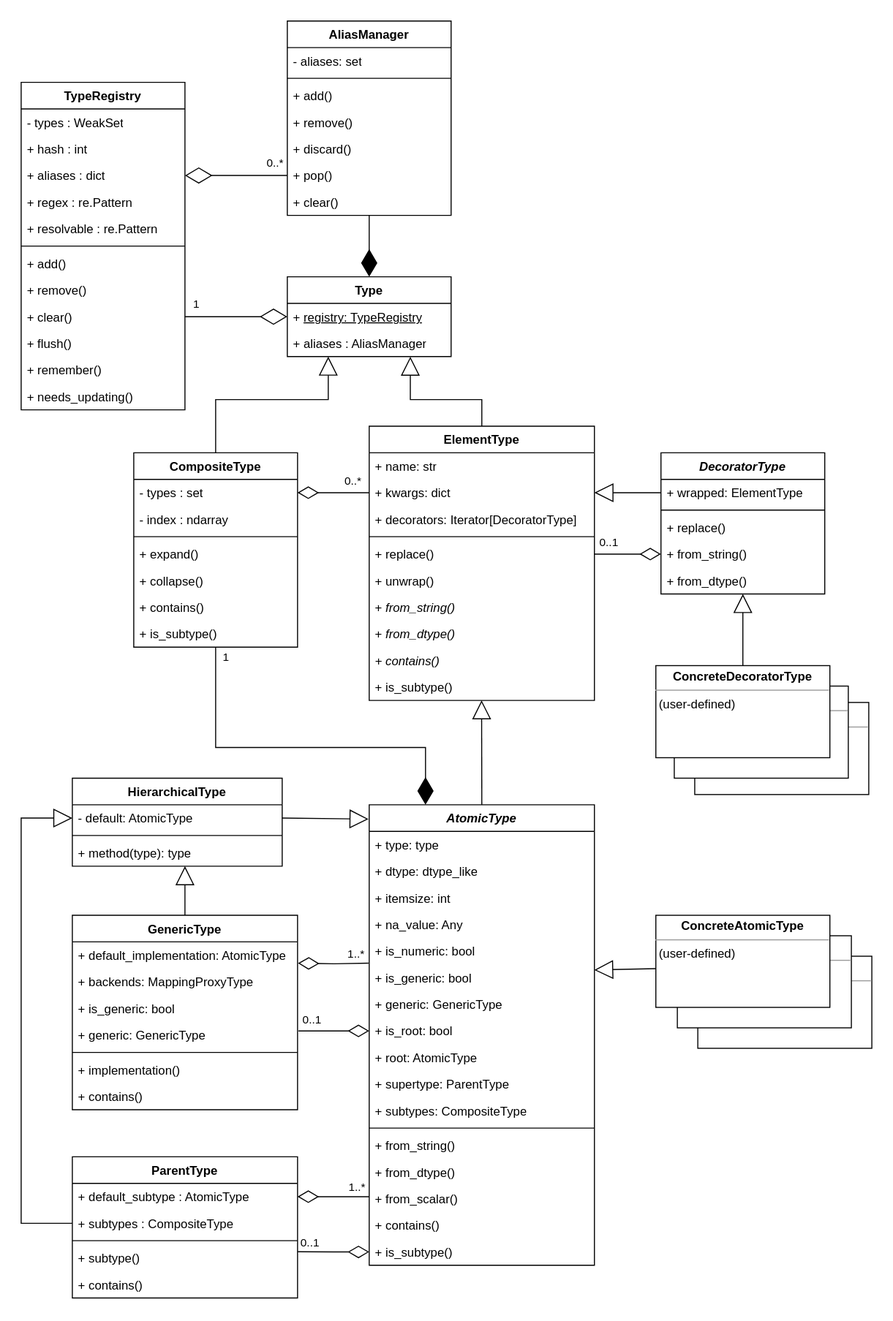
The draw.io diagram docs/source/images/types/Types_UML.svg in eerkela/bertrand, before a commit. Source tidied: cells renumbered, new cells last; positions are measured from the earlier drawing's top-left corner, leaving out a move shared by most shapes.
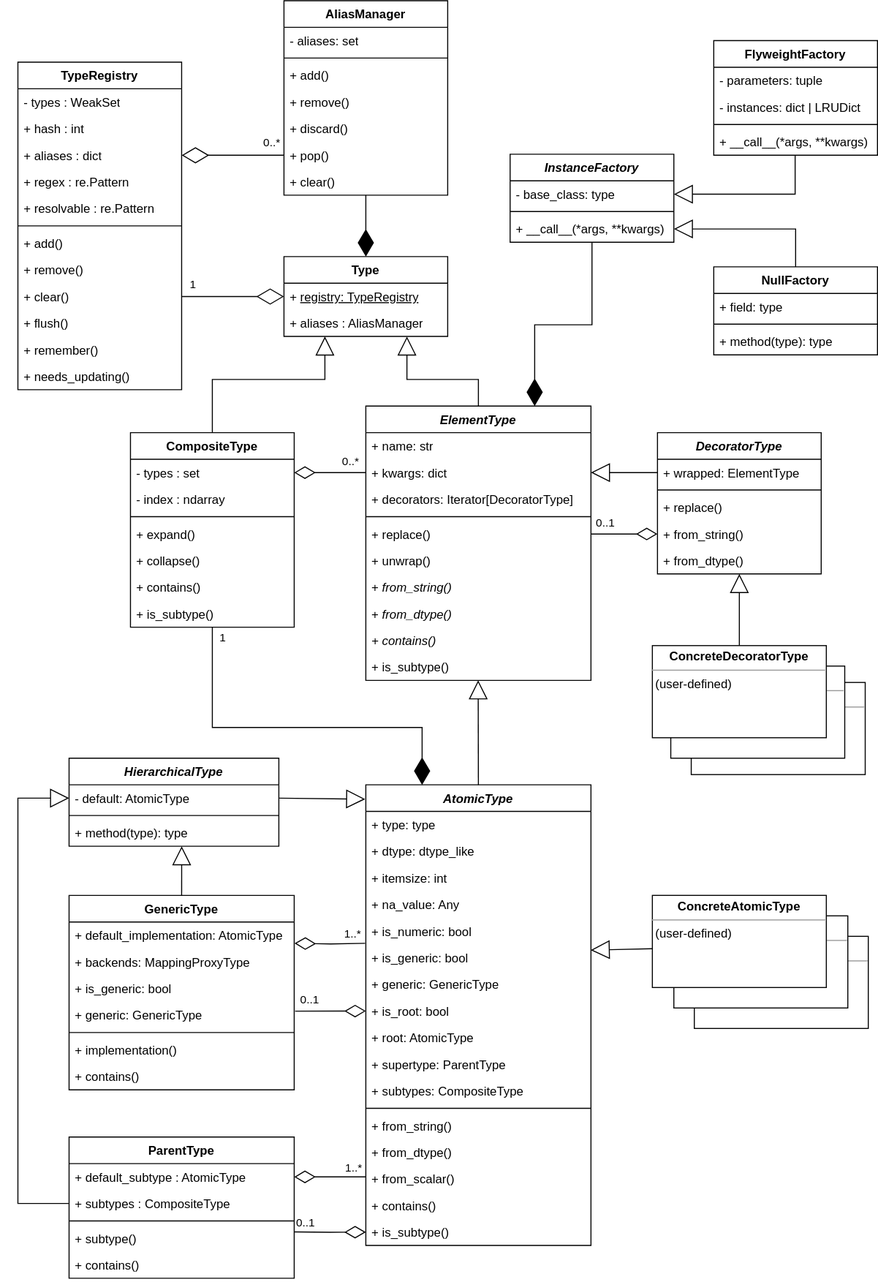
After the change.

Change to the diagram source:
```diff
@@ -2,9 +2,6 @@
   <root>
     <mxCell id="0" />
     <mxCell id="1" parent="0" />
-    <mxCell id="2" style="rounded=0;whiteSpace=wrap;html=1;strokeColor=none;" parent="1" vertex="1">
-      <mxGeometry width="870" height="1290" as="geometry" />
-    </mxCell>
     <mxCell id="3" value="&lt;p style=&quot;margin:0px;margin-top:4px;text-align:center;&quot;&gt;&lt;br&gt;&lt;/p&gt;&lt;hr size=&quot;1&quot;&gt;&lt;div style=&quot;height:2px;&quot;&gt;&lt;br&gt;&lt;/div&gt;" style="verticalAlign=top;align=left;overflow=fill;fontSize=12;fontFamily=Helvetica;html=1;whiteSpace=wrap;" parent="1" vertex="1">
       <mxGeometry x="678" y="686" width="170" height="90" as="geometry" />
     </mxCell>
@@ -26,7 +23,7 @@
     <mxCell id="9" value="+ aliases : AliasManager" style="text;strokeColor=none;fillColor=none;align=left;verticalAlign=top;spacingLeft=4;spacingRight=4;overflow=hidden;points=[[0,0.5],[1,0.5]];portConstraint=eastwest;whiteSpace=wrap;html=1;" parent="7" vertex="1">
       <mxGeometry y="52" width="160" height="26" as="geometry" />
     </mxCell>
-    <mxCell id="10" value="ElementType" style="swimlane;fontStyle=1;align=center;verticalAlign=top;horizontal=1;startSize=26;whiteSpace=wrap;html=1;swimlaneFillColor=none;gradientColor=none;" parent="1" vertex="1">
+    <mxCell id="10" value="&lt;i&gt;ElementType&lt;/i&gt;" style="swimlane;fontStyle=1;align=center;verticalAlign=top;horizontal=1;startSize=26;whiteSpace=wrap;html=1;swimlaneFillColor=none;gradientColor=none;" parent="1" vertex="1">
       <mxGeometry x="360" y="416" width="220" height="268" as="geometry" />
     </mxCell>
     <mxCell id="11" value="+ name: str" style="text;strokeColor=none;fillColor=none;align=left;verticalAlign=top;spacingLeft=4;spacingRight=4;overflow=hidden;whiteSpace=wrap;html=1;" parent="10" vertex="1">
@@ -352,7 +349,7 @@
     <mxCell id="109" style="endArrow=block;endSize=16;endFill=0;html=1;rounded=0;exitX=0;exitY=0.5;exitDx=0;exitDy=0;entryX=1;entryY=0.5;entryDx=0;entryDy=0;" parent="1" edge="1" source="23" target="12">
       <mxGeometry relative="1" as="geometry" />
     </mxCell>
-    <mxCell id="110" value="HierarchicalType" style="swimlane;fontStyle=1;align=center;verticalAlign=top;horizontal=1;startSize=26;whiteSpace=wrap;html=1;swimlaneFillColor=none;" parent="1" vertex="1">
+    <mxCell id="110" value="&lt;i&gt;HierarchicalType&lt;/i&gt;" style="swimlane;fontStyle=1;align=center;verticalAlign=top;horizontal=1;startSize=26;whiteSpace=wrap;html=1;swimlaneFillColor=none;" parent="1" vertex="1">
       <mxGeometry x="70" y="760" width="205" height="86" as="geometry" />
     </mxCell>
     <mxCell id="111" value="- default: AtomicType" style="text;strokeColor=none;fillColor=none;align=left;verticalAlign=top;spacingLeft=4;spacingRight=4;overflow=hidden;points=[[0,0.5],[1,0.5]];portConstraint=eastwest;whiteSpace=wrap;html=1;" parent="110" vertex="1">
@@ -374,5 +371,61 @@
         </Array>
       </mxGeometry>
     </mxCell>
+    <mxCell id="116" value="&lt;i&gt;InstanceFactory&lt;/i&gt;" style="swimlane;fontStyle=1;align=center;verticalAlign=top;horizontal=1;startSize=26;whiteSpace=wrap;html=1;" parent="1" vertex="1">
+      <mxGeometry x="501" y="170" width="160" height="86" as="geometry" />
+    </mxCell>
+    <mxCell id="117" value="- base_class: type" style="text;strokeColor=none;fillColor=none;align=left;verticalAlign=top;spacingLeft=4;spacingRight=4;overflow=hidden;points=[[0,0.5],[1,0.5]];portConstraint=eastwest;whiteSpace=wrap;html=1;" parent="116" vertex="1">
+      <mxGeometry y="26" width="160" height="26" as="geometry" />
+    </mxCell>
+    <mxCell id="118" style="line;strokeWidth=1;fillColor=none;align=left;verticalAlign=middle;spacingTop=-1;spacingLeft=3;spacingRight=3;labelPosition=right;strokeColor=inherit;" parent="116" vertex="1">
+      <mxGeometry y="52" width="160" height="8" as="geometry" />
+    </mxCell>
+    <mxCell id="119" value="+ __call__(*args, **kwargs)" style="text;strokeColor=none;fillColor=none;align=left;verticalAlign=top;spacingLeft=4;spacingRight=4;overflow=hidden;points=[[0,0.5],[1,0.5]];portConstraint=eastwest;whiteSpace=wrap;html=1;" parent="116" vertex="1">
+      <mxGeometry y="60" width="160" height="26" as="geometry" />
+    </mxCell>
+    <mxCell id="120" style="endArrow=diamondThin;endFill=1;endSize=24;html=1;rounded=0;entryX=0.75;entryY=0;entryDx=0;entryDy=0;edgeStyle=elbowEdgeStyle;elbow=vertical;" parent="1" edge="1" source="119" target="10">
+      <mxGeometry relative="1" as="geometry" />
+    </mxCell>
+    <mxCell id="121" value="FlyweightFactory" style="swimlane;fontStyle=1;align=center;verticalAlign=top;horizontal=1;startSize=26;whiteSpace=wrap;html=1;" parent="1" vertex="1">
+      <mxGeometry x="700" y="59" width="160" height="112" as="geometry" />
+    </mxCell>
+    <mxCell id="122" value="- parameters: tuple" style="text;strokeColor=none;fillColor=none;align=left;verticalAlign=top;spacingLeft=4;spacingRight=4;overflow=hidden;whiteSpace=wrap;html=1;" parent="121" vertex="1">
+      <mxGeometry y="26" width="160" height="26" as="geometry" />
+    </mxCell>
+    <mxCell id="123" value="- instances: dict | LRUDict" style="text;strokeColor=none;fillColor=none;align=left;verticalAlign=top;spacingLeft=4;spacingRight=4;overflow=hidden;whiteSpace=wrap;html=1;" parent="121" vertex="1">
+      <mxGeometry y="52" width="160" height="26" as="geometry" />
+    </mxCell>
+    <mxCell id="124" style="line;strokeWidth=1;fillColor=none;align=left;verticalAlign=middle;spacingTop=-1;spacingLeft=3;spacingRight=3;labelPosition=right;strokeColor=inherit;" parent="121" vertex="1">
+      <mxGeometry y="78" width="160" height="8" as="geometry" />
+    </mxCell>
+    <mxCell id="125" value="+ __call__(*args, **kwargs)" style="text;strokeColor=none;fillColor=none;align=left;verticalAlign=top;spacingLeft=4;spacingRight=4;overflow=hidden;points=[[0,0.5],[1,0.5]];portConstraint=eastwest;whiteSpace=wrap;html=1;" parent="121" vertex="1">
+      <mxGeometry y="86" width="160" height="26" as="geometry" />
+    </mxCell>
+    <mxCell id="126" value="NullFactory" style="swimlane;fontStyle=1;align=center;verticalAlign=top;horizontal=1;startSize=26;whiteSpace=wrap;html=1;" parent="1" vertex="1">
+      <mxGeometry x="700" y="280" width="160" height="86" as="geometry" />
+    </mxCell>
+    <mxCell id="127" value="+ field: type" style="text;strokeColor=none;fillColor=none;align=left;verticalAlign=top;spacingLeft=4;spacingRight=4;overflow=hidden;whiteSpace=wrap;html=1;" parent="126" vertex="1">
+      <mxGeometry y="26" width="160" height="26" as="geometry" />
+    </mxCell>
+    <mxCell id="128" style="line;strokeWidth=1;fillColor=none;align=left;verticalAlign=middle;spacingTop=-1;spacingLeft=3;spacingRight=3;labelPosition=right;strokeColor=inherit;" parent="126" vertex="1">
+      <mxGeometry y="52" width="160" height="8" as="geometry" />
+    </mxCell>
+    <mxCell id="129" value="+ method(type): type" style="text;strokeColor=none;fillColor=none;align=left;verticalAlign=top;spacingLeft=4;spacingRight=4;overflow=hidden;whiteSpace=wrap;html=1;" parent="126" vertex="1">
+      <mxGeometry y="60" width="160" height="26" as="geometry" />
+    </mxCell>
+    <mxCell id="130" style="endArrow=block;endSize=16;endFill=0;html=1;rounded=0;exitX=0.497;exitY=1.008;exitDx=0;exitDy=0;edgeStyle=elbowEdgeStyle;elbow=vertical;entryX=1;entryY=0.5;entryDx=0;entryDy=0;exitPerimeter=0;" parent="1" edge="1" source="125" target="117">
+      <mxGeometry relative="1" as="geometry">
+        <Array as="points">
+          <mxPoint x="720" y="209" />
+        </Array>
+      </mxGeometry>
+    </mxCell>
+    <mxCell id="131" style="endArrow=block;endSize=16;endFill=0;html=1;rounded=0;exitX=0.5;exitY=0;exitDx=0;exitDy=0;edgeStyle=elbowEdgeStyle;elbow=vertical;entryX=1;entryY=0.5;entryDx=0;entryDy=0;" parent="1" edge="1" source="126" target="119">
+      <mxGeometry relative="1" as="geometry">
+        <Array as="points">
+          <mxPoint x="720" y="243" />
+        </Array>
+      </mxGeometry>
+    </mxCell>
   </root>
 </mxGraphModel>
```
